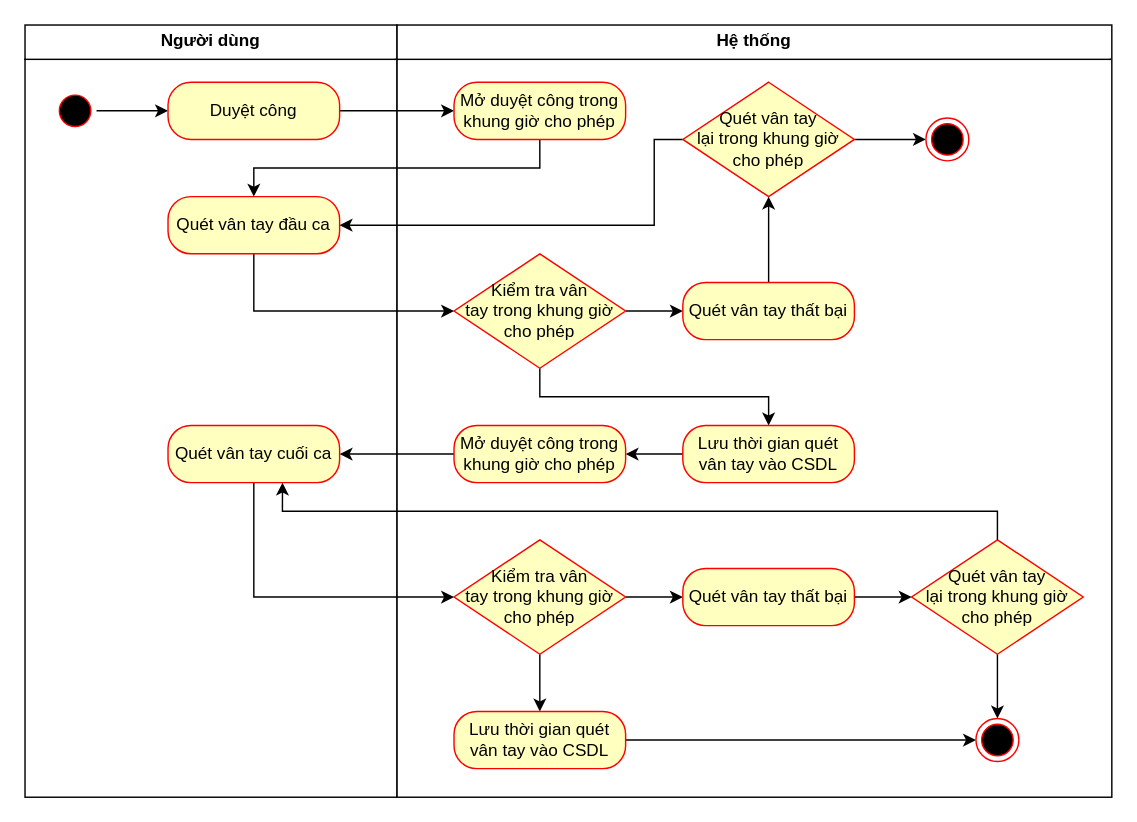
Earlier version of the draw.io diagram Sơ đồ hoạt động UC duyệt công.drawio (HaojackYT/DAA_SA). Source tidied: cells renumbered, new cells numbered last; positions are measured from the earlier drawing's top-left corner, leaving out a move shared by most shapes. Both pictures are drawn from the tidied source at 143%, with x=0, y=0 at pixel (24, 24).
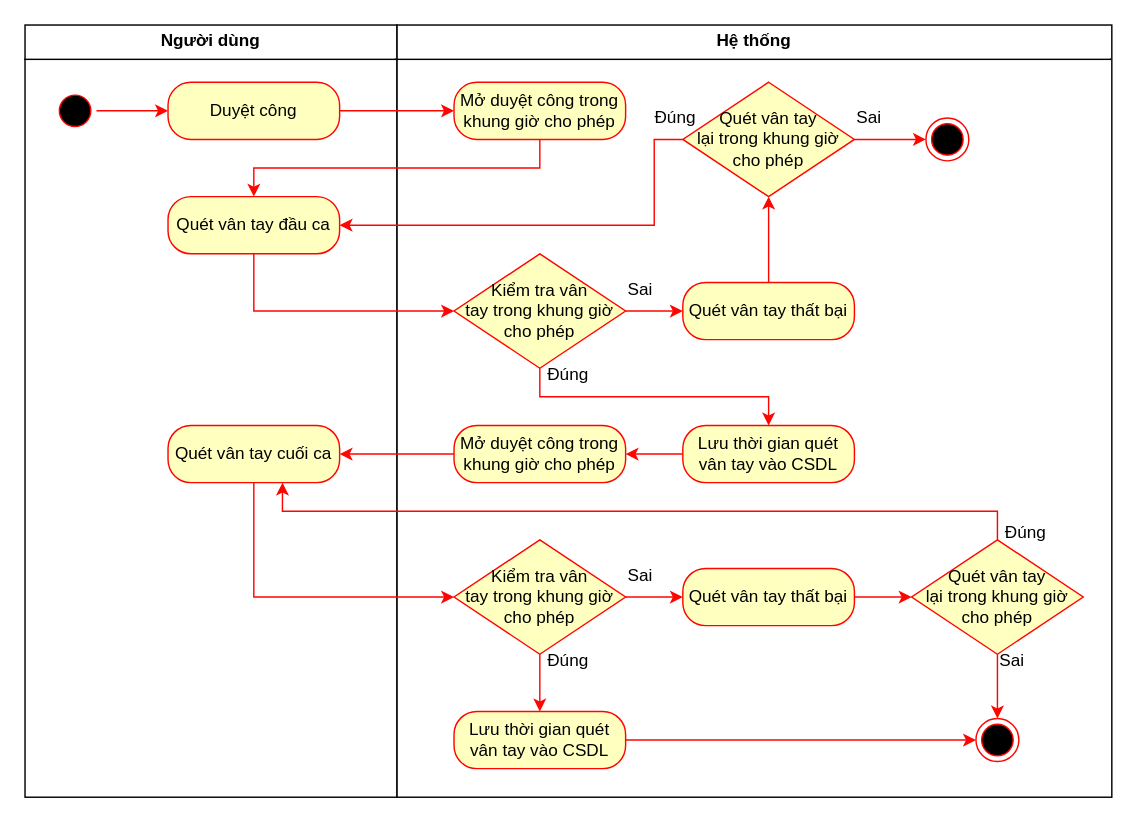
The same page after the edit.

Change to the diagram source:
```diff
@@
-    <mxCell id="4" style="edgeStyle=orthogonalEdgeStyle;rounded=0;jettySize=auto;html=1;entryX=0;entryY=0.5;entryDx=0;entryDy=0;" parent="1" edge="1" source="5" target="7">
+    <mxCell id="4" style="edgeStyle=orthogonalEdgeStyle;rounded=0;jettySize=auto;html=1;entryX=0;entryY=0.5;entryDx=0;entryDy=0;strokeColor=#FF0500;" parent="1" edge="1" source="5" target="7">
       <mxGeometry relative="1" as="geometry" />
     </mxCell>
-    <mxCell id="5" style="ellipse;html=1;shape=startState;fillColor=#000000;strokeColor=#ff0000;" parent="1" vertex="1">
+    <mxCell id="5" style="ellipse;html=1;shape=startState;fillColor=#000000;strokeColor=#FF0500;" parent="1" vertex="1">
       <mxGeometry x="20" y="45" width="30" height="30" as="geometry" />
     </mxCell>
-    <mxCell id="6" style="edgeStyle=orthogonalEdgeStyle;rounded=0;jettySize=auto;html=1;" parent="1" edge="1" source="7" target="32">
+    <mxCell id="6" style="edgeStyle=orthogonalEdgeStyle;rounded=0;jettySize=auto;html=1;strokeColor=#FF0500;" parent="1" edge="1" source="7" target="32">
       <mxGeometry relative="1" as="geometry" />
     </mxCell>
-    <mxCell id="7" value="Duyệt công" style="rounded=1;whiteSpace=wrap;html=1;arcSize=40;fontColor=#000000;fillColor=#ffffc0;strokeColor=#ff0000;" parent="1" vertex="1">
+    <mxCell id="7" value="Duyệt công" style="rounded=1;whiteSpace=wrap;html=1;arcSize=40;fontColor=#000000;fillColor=#ffffc0;strokeColor=#FF0500;" parent="1" vertex="1">
       <mxGeometry x="100" y="40" width="120" height="40" as="geometry" />
     </mxCell>
-    <mxCell id="8" style="edgeStyle=orthogonalEdgeStyle;rounded=0;jettySize=auto;html=1;" parent="1" edge="1" source="9" target="12">
+    <mxCell id="8" style="edgeStyle=orthogonalEdgeStyle;rounded=0;jettySize=auto;html=1;strokeColor=#FF0500;" parent="1" edge="1" source="9" target="12">
       <mxGeometry relative="1" as="geometry">
         <Array as="points">
           <mxPoint x="160" y="200" />
         </Array>
       </mxGeometry>
     </mxCell>
-    <mxCell id="9" value="Quét vân tay đầu ca" style="rounded=1;whiteSpace=wrap;html=1;arcSize=40;fontColor=#000000;fillColor=#ffffc0;strokeColor=#ff0000;" parent="1" vertex="1">
+    <mxCell id="9" value="Quét vân tay đầu ca" style="rounded=1;whiteSpace=wrap;html=1;arcSize=40;fontColor=#000000;fillColor=#ffffc0;strokeColor=#FF0500;" parent="1" vertex="1">
       <mxGeometry x="100" y="120" width="120" height="40" as="geometry" />
     </mxCell>
-    <mxCell id="10" style="edgeStyle=orthogonalEdgeStyle;rounded=0;jettySize=auto;html=1;" parent="1" edge="1" source="12" target="17">
+    <mxCell id="10" style="edgeStyle=orthogonalEdgeStyle;rounded=0;jettySize=auto;html=1;strokeColor=#FF0500;" parent="1" edge="1" source="12" target="17">
       <mxGeometry relative="1" as="geometry" />
     </mxCell>
-    <mxCell id="11" style="edgeStyle=orthogonalEdgeStyle;rounded=0;jettySize=auto;html=1;" parent="1" edge="1" source="12" target="19">
+    <mxCell id="11" style="edgeStyle=orthogonalEdgeStyle;rounded=0;jettySize=auto;html=1;strokeColor=#FF0500;" parent="1" edge="1" source="12" target="19">
       <mxGeometry relative="1" as="geometry">
         <Array as="points">
           <mxPoint x="360" y="260" />
           <mxPoint x="520" y="260" />
         </Array>
       </mxGeometry>
     </mxCell>
-    <mxCell id="12" value="Kiểm tra vân&lt;br&gt;tay&amp;nbsp;&lt;span style=&quot;background-color: transparent; color: light-dark(rgb(0, 0, 0), rgb(237, 237, 237));&quot;&gt;trong khung giờ&lt;/span&gt;&lt;div&gt;&lt;div&gt;cho phép&lt;/div&gt;&lt;/div&gt;" style="rhombus;whiteSpace=wrap;html=1;fontColor=#000000;fillColor=#ffffc0;strokeColor=#ff0000;" parent="1" vertex="1">
+    <mxCell id="12" value="Kiểm tra vân&lt;br&gt;tay&amp;nbsp;&lt;span style=&quot;background-color: transparent; color: light-dark(rgb(0, 0, 0), rgb(237, 237, 237));&quot;&gt;trong khung giờ&lt;/span&gt;&lt;div&gt;&lt;div&gt;cho phép&lt;/div&gt;&lt;/div&gt;" style="rhombus;whiteSpace=wrap;html=1;fontColor=#000000;fillColor=#ffffc0;strokeColor=#FF0500;" parent="1" vertex="1">
       <mxGeometry x="300" y="160" width="120" height="80" as="geometry" />
     </mxCell>
-    <mxCell id="13" style="edgeStyle=orthogonalEdgeStyle;rounded=0;jettySize=auto;html=1;entryX=1;entryY=0.5;entryDx=0;entryDy=0;" parent="1" edge="1" source="15" target="9">
+    <mxCell id="13" style="edgeStyle=orthogonalEdgeStyle;rounded=0;jettySize=auto;html=1;entryX=1;entryY=0.5;entryDx=0;entryDy=0;strokeColor=#FF0500;" parent="1" edge="1" source="15" target="9">
       <mxGeometry relative="1" as="geometry">
         <Array as="points">
           <mxPoint x="440" y="80" />
           <mxPoint x="440" y="140" />
         </Array>
       </mxGeometry>
     </mxCell>
-    <mxCell id="14" style="edgeStyle=orthogonalEdgeStyle;rounded=0;jettySize=auto;html=1;" parent="1" edge="1" source="15" target="37">
+    <mxCell id="14" style="edgeStyle=orthogonalEdgeStyle;rounded=0;jettySize=auto;html=1;strokeColor=#FF0500;" parent="1" edge="1" source="15" target="37">
       <mxGeometry relative="1" as="geometry" />
     </mxCell>
-    <mxCell id="15" value="Quét vân tay&lt;br&gt;lại trong khung giờ&lt;div&gt;cho phép&lt;/div&gt;" style="rhombus;whiteSpace=wrap;html=1;fontColor=#000000;fillColor=#ffffc0;strokeColor=#FF0000;" parent="1" vertex="1">
+    <mxCell id="15" value="Quét vân tay&lt;br&gt;lại trong khung giờ&lt;div&gt;cho phép&lt;/div&gt;" style="rhombus;whiteSpace=wrap;html=1;fontColor=#000000;fillColor=#ffffc0;strokeColor=#FF0500;" parent="1" vertex="1">
       <mxGeometry x="460" y="40" width="120" height="80" as="geometry" />
     </mxCell>
-    <mxCell id="16" style="edgeStyle=orthogonalEdgeStyle;rounded=0;jettySize=auto;html=1;" parent="1" edge="1" source="17" target="15">
+    <mxCell id="16" style="edgeStyle=orthogonalEdgeStyle;rounded=0;jettySize=auto;html=1;strokeColor=#FF0500;" parent="1" edge="1" source="17" target="15">
       <mxGeometry relative="1" as="geometry" />
     </mxCell>
-    <mxCell id="17" value="Quét vân tay thất bại" style="rounded=1;whiteSpace=wrap;html=1;arcSize=40;fontColor=#000000;fillColor=#ffffc0;strokeColor=#ff0000;" parent="1" vertex="1">
+    <mxCell id="17" value="Quét vân tay thất bại" style="rounded=1;whiteSpace=wrap;html=1;arcSize=40;fontColor=#000000;fillColor=#ffffc0;strokeColor=#FF0500;" parent="1" vertex="1">
       <mxGeometry x="460" y="180" width="120" height="40" as="geometry" />
     </mxCell>
-    <mxCell id="18" style="edgeStyle=orthogonalEdgeStyle;rounded=0;jettySize=auto;html=1;" parent="1" edge="1" source="19" target="34">
+    <mxCell id="18" style="edgeStyle=orthogonalEdgeStyle;rounded=0;jettySize=auto;html=1;strokeColor=#FF0500;" parent="1" edge="1" source="19" target="34">
       <mxGeometry relative="1" as="geometry" />
     </mxCell>
-    <mxCell id="19" value="Lưu thời gian quét vân tay vào CSDL" style="rounded=1;whiteSpace=wrap;html=1;arcSize=40;fontColor=#000000;fillColor=#ffffc0;strokeColor=#ff0000;" parent="1" vertex="1">
+    <mxCell id="19" value="Lưu thời gian quét vân tay vào CSDL" style="rounded=1;whiteSpace=wrap;html=1;arcSize=40;fontColor=#000000;fillColor=#ffffc0;strokeColor=#FF0500;" parent="1" vertex="1">
       <mxGeometry x="460" y="280" width="120" height="40" as="geometry" />
     </mxCell>
-    <mxCell id="20" style="edgeStyle=orthogonalEdgeStyle;rounded=0;jettySize=auto;html=1;entryX=0;entryY=0.5;entryDx=0;entryDy=0;" parent="1" edge="1" source="21" target="24">
+    <mxCell id="20" style="edgeStyle=orthogonalEdgeStyle;rounded=0;jettySize=auto;html=1;entryX=0;entryY=0.5;entryDx=0;entryDy=0;strokeColor=#FF0500;" parent="1" edge="1" source="21" target="24">
       <mxGeometry relative="1" as="geometry">
         <Array as="points">
           <mxPoint x="160" y="400" />
         </Array>
       </mxGeometry>
     </mxCell>
-    <mxCell id="21" value="Quét vân tay cuối ca" style="rounded=1;whiteSpace=wrap;html=1;arcSize=40;fontColor=#000000;fillColor=#ffffc0;strokeColor=#ff0000;" parent="1" vertex="1">
+    <mxCell id="21" value="Quét vân tay cuối ca" style="rounded=1;whiteSpace=wrap;html=1;arcSize=40;fontColor=#000000;fillColor=#ffffc0;strokeColor=#FF0500;" parent="1" vertex="1">
       <mxGeometry x="100" y="280" width="120" height="40" as="geometry" />
     </mxCell>
-    <mxCell id="22" style="edgeStyle=orthogonalEdgeStyle;rounded=0;jettySize=auto;html=1;" parent="1" edge="1" source="24" target="28">
+    <mxCell id="22" style="edgeStyle=orthogonalEdgeStyle;rounded=0;jettySize=auto;html=1;strokeColor=#FF0500;" parent="1" edge="1" source="24" target="28">
       <mxGeometry relative="1" as="geometry" />
     </mxCell>
-    <mxCell id="23" style="edgeStyle=orthogonalEdgeStyle;rounded=0;jettySize=auto;html=1;" parent="1" edge="1" source="24" target="30">
+    <mxCell id="23" style="edgeStyle=orthogonalEdgeStyle;rounded=0;jettySize=auto;html=1;strokeColor=#FF0500;" parent="1" edge="1" source="24" target="30">
       <mxGeometry relative="1" as="geometry" />
     </mxCell>
-    <mxCell id="24" value="Kiểm tra vân&lt;br&gt;tay&amp;nbsp;&lt;span style=&quot;color: light-dark(rgb(0, 0, 0), rgb(237, 237, 237)); background-color: transparent;&quot;&gt;trong khung giờ&lt;/span&gt;&lt;div&gt;cho phép&lt;/div&gt;" style="rhombus;whiteSpace=wrap;html=1;fontColor=#000000;fillColor=#ffffc0;strokeColor=#ff0000;" parent="1" vertex="1">
+    <mxCell id="24" value="Kiểm tra vân&lt;br&gt;tay&amp;nbsp;&lt;span style=&quot;color: light-dark(rgb(0, 0, 0), rgb(237, 237, 237)); background-color: transparent;&quot;&gt;trong khung giờ&lt;/span&gt;&lt;div&gt;cho phép&lt;/div&gt;" style="rhombus;whiteSpace=wrap;html=1;fontColor=#000000;fillColor=#ffffc0;strokeColor=#FF0500;" parent="1" vertex="1">
       <mxGeometry x="300" y="360" width="120" height="80" as="geometry" />
     </mxCell>
-    <mxCell id="25" style="edgeStyle=orthogonalEdgeStyle;rounded=0;jettySize=auto;html=1;" parent="1" edge="1" source="26" target="36">
+    <mxCell id="25" style="edgeStyle=orthogonalEdgeStyle;rounded=0;jettySize=auto;html=1;strokeColor=#FF0500;" parent="1" edge="1" source="26" target="36">
       <mxGeometry relative="1" as="geometry" />
     </mxCell>
-    <mxCell id="26" value="Quét vân tay&lt;br&gt;lại trong khung giờ&lt;div&gt;cho phép&lt;/div&gt;" style="rhombus;whiteSpace=wrap;html=1;fontColor=#000000;fillColor=#ffffc0;strokeColor=#FF0000;" parent="1" vertex="1">
+    <mxCell id="26" value="Quét vân tay&lt;br&gt;lại trong khung giờ&lt;div&gt;cho phép&lt;/div&gt;" style="rhombus;whiteSpace=wrap;html=1;fontColor=#000000;fillColor=#ffffc0;strokeColor=#FF0500;" parent="1" vertex="1">
       <mxGeometry x="620" y="360" width="120" height="80" as="geometry" />
     </mxCell>
-    <mxCell id="27" style="edgeStyle=orthogonalEdgeStyle;rounded=0;jettySize=auto;html=1;" parent="1" edge="1" source="28" target="26">
+    <mxCell id="27" style="edgeStyle=orthogonalEdgeStyle;rounded=0;jettySize=auto;html=1;strokeColor=#FF0500;" parent="1" edge="1" source="28" target="26">
       <mxGeometry relative="1" as="geometry" />
     </mxCell>
-    <mxCell id="28" value="Quét vân tay thất bại" style="rounded=1;whiteSpace=wrap;html=1;arcSize=40;fontColor=#000000;fillColor=#ffffc0;strokeColor=#ff0000;" parent="1" vertex="1">
+    <mxCell id="28" value="Quét vân tay thất bại" style="rounded=1;whiteSpace=wrap;html=1;arcSize=40;fontColor=#000000;fillColor=#ffffc0;strokeColor=#FF0500;" parent="1" vertex="1">
       <mxGeometry x="460" y="380" width="120" height="40" as="geometry" />
     </mxCell>
-    <mxCell id="29" style="edgeStyle=orthogonalEdgeStyle;rounded=0;jettySize=auto;html=1;entryX=0;entryY=0.5;entryDx=0;entryDy=0;" parent="1" edge="1" source="30" target="36">
+    <mxCell id="29" style="edgeStyle=orthogonalEdgeStyle;rounded=0;jettySize=auto;html=1;entryX=0;entryY=0.5;entryDx=0;entryDy=0;strokeColor=#FF0500;" parent="1" edge="1" source="30" target="36">
       <mxGeometry relative="1" as="geometry" />
     </mxCell>
-    <mxCell id="30" value="Lưu thời gian quét vân tay vào CSDL" style="rounded=1;whiteSpace=wrap;html=1;arcSize=40;fontColor=#000000;fillColor=#ffffc0;strokeColor=#ff0000;" parent="1" vertex="1">
+    <mxCell id="30" value="Lưu thời gian quét vân tay vào CSDL" style="rounded=1;whiteSpace=wrap;html=1;arcSize=40;fontColor=#000000;fillColor=#ffffc0;strokeColor=#FF0500;" parent="1" vertex="1">
       <mxGeometry x="300" y="480" width="120" height="40" as="geometry" />
     </mxCell>
-    <mxCell id="31" style="edgeStyle=orthogonalEdgeStyle;rounded=0;jettySize=auto;html=1;entryX=0.5;entryY=0;entryDx=0;entryDy=0;" parent="1" edge="1" source="32" target="9">
+    <mxCell id="31" style="edgeStyle=orthogonalEdgeStyle;rounded=0;jettySize=auto;html=1;entryX=0.5;entryY=0;entryDx=0;entryDy=0;strokeColor=#FF0500;" parent="1" edge="1" source="32" target="9">
       <mxGeometry relative="1" as="geometry">
         <Array as="points">
           <mxPoint x="360" y="100" />
           <mxPoint x="160" y="100" />
         </Array>
       </mxGeometry>
     </mxCell>
-    <mxCell id="32" value="Mở duyệt công trong khung giờ cho phép" style="rounded=1;whiteSpace=wrap;html=1;arcSize=40;fontColor=#000000;fillColor=#ffffc0;strokeColor=#ff0000;" parent="1" vertex="1">
+    <mxCell id="32" value="Mở duyệt công trong khung giờ cho phép" style="rounded=1;whiteSpace=wrap;html=1;arcSize=40;fontColor=#000000;fillColor=#ffffc0;strokeColor=#FF0500;" parent="1" vertex="1">
       <mxGeometry x="300" y="40" width="120" height="40" as="geometry" />
     </mxCell>
-    <mxCell id="33" style="edgeStyle=orthogonalEdgeStyle;rounded=0;jettySize=auto;html=1;" parent="1" edge="1" source="34" target="21">
+    <mxCell id="33" style="edgeStyle=orthogonalEdgeStyle;rounded=0;jettySize=auto;html=1;strokeColor=#FF0500;" parent="1" edge="1" source="34" target="21">
       <mxGeometry relative="1" as="geometry" />
     </mxCell>
-    <mxCell id="34" value="Mở duyệt công trong khung giờ cho phép" style="rounded=1;whiteSpace=wrap;html=1;arcSize=40;fontColor=#000000;fillColor=#ffffc0;strokeColor=#ff0000;" parent="1" vertex="1">
+    <mxCell id="34" value="Mở duyệt công trong khung giờ cho phép" style="rounded=1;whiteSpace=wrap;html=1;arcSize=40;fontColor=#000000;fillColor=#ffffc0;strokeColor=#FF0500;" parent="1" vertex="1">
       <mxGeometry x="300" y="280" width="120" height="40" as="geometry" />
     </mxCell>
-    <mxCell id="35" style="edgeStyle=orthogonalEdgeStyle;rounded=0;jettySize=auto;html=1;entryX=0.667;entryY=1;entryDx=0;entryDy=0;entryPerimeter=0;" parent="1" edge="1" source="26" target="21">
+    <mxCell id="35" style="edgeStyle=orthogonalEdgeStyle;rounded=0;jettySize=auto;html=1;entryX=0.667;entryY=1;entryDx=0;entryDy=0;entryPerimeter=0;strokeColor=#FF0500;" parent="1" edge="1" source="26" target="21">
       <mxGeometry relative="1" as="geometry">
         <Array as="points">
           <mxPoint x="680" y="340" />
           <mxPoint x="180" y="340" />
         </Array>
       </mxGeometry>
     </mxCell>
-    <mxCell id="36" style="ellipse;html=1;shape=endState;fillColor=#000000;strokeColor=#ff0000;" parent="1" vertex="1">
+    <mxCell id="36" style="ellipse;html=1;shape=endState;fillColor=#000000;strokeColor=#FF0500;" parent="1" vertex="1">
       <mxGeometry x="665" y="485" width="30" height="30" as="geometry" />
     </mxCell>
-    <mxCell id="37" style="ellipse;html=1;shape=endState;fillColor=#000000;strokeColor=#ff0000;" parent="1" vertex="1">
+    <mxCell id="37" style="ellipse;html=1;shape=endState;fillColor=#000000;strokeColor=#FF0500;" parent="1" vertex="1">
       <mxGeometry x="630" y="65" width="30" height="30" as="geometry" />
     </mxCell>
+    <mxCell id="38" value="Đúng" style="text;html=1;align=center;verticalAlign=middle;whiteSpace=wrap;rounded=0;fontFamily=Helvetica;fontSize=12;fontColor=#000000;" parent="1" vertex="1">
+      <mxGeometry x="670" y="340" width="60" height="30" as="geometry" />
+    </mxCell>
+    <mxCell id="39" value="Đúng" style="text;html=1;align=center;verticalAlign=middle;whiteSpace=wrap;rounded=0;fontFamily=Helvetica;fontSize=12;fontColor=#000000;" parent="1" vertex="1">
+      <mxGeometry x="350" y="430" width="60" height="30" as="geometry" />
+    </mxCell>
+    <mxCell id="40" value="Đúng" style="text;html=1;align=center;verticalAlign=middle;whiteSpace=wrap;rounded=0;fontFamily=Helvetica;fontSize=12;fontColor=#000000;" parent="1" vertex="1">
+      <mxGeometry x="350" y="230" width="60" height="30" as="geometry" />
+    </mxCell>
+    <mxCell id="41" value="Đúng" style="text;html=1;align=center;verticalAlign=middle;whiteSpace=wrap;rounded=0;fontFamily=Helvetica;fontSize=12;fontColor=#000000;" parent="1" vertex="1">
+      <mxGeometry x="425" y="50" width="60" height="30" as="geometry" />
+    </mxCell>
+    <mxCell id="42" value="Sai" style="text;html=1;align=center;verticalAlign=middle;strokeColor=none;fillColor=none;fontFamily=Helvetica;fontSize=12;fontColor=#000000;" parent="1" vertex="1">
+      <mxGeometry x="570" y="50" width="40" height="30" as="geometry" />
+    </mxCell>
+    <mxCell id="43" value="Sai" style="text;html=1;align=center;verticalAlign=middle;strokeColor=none;fillColor=none;fontFamily=Helvetica;fontSize=12;fontColor=#000000;" parent="1" vertex="1">
+      <mxGeometry x="410" y="170" width="40" height="30" as="geometry" />
+    </mxCell>
+    <mxCell id="44" value="Sai" style="text;html=1;align=center;verticalAlign=middle;strokeColor=none;fillColor=none;fontFamily=Helvetica;fontSize=12;fontColor=#000000;" parent="1" vertex="1">
+      <mxGeometry x="410" y="370" width="40" height="30" as="geometry" />
+    </mxCell>
+    <mxCell id="45" value="Sai" style="text;html=1;align=center;verticalAlign=middle;strokeColor=none;fillColor=none;fontFamily=Helvetica;fontSize=12;fontColor=#000000;" parent="1" vertex="1">
+      <mxGeometry x="670" y="430" width="40" height="30" as="geometry" />
+    </mxCell>
```
